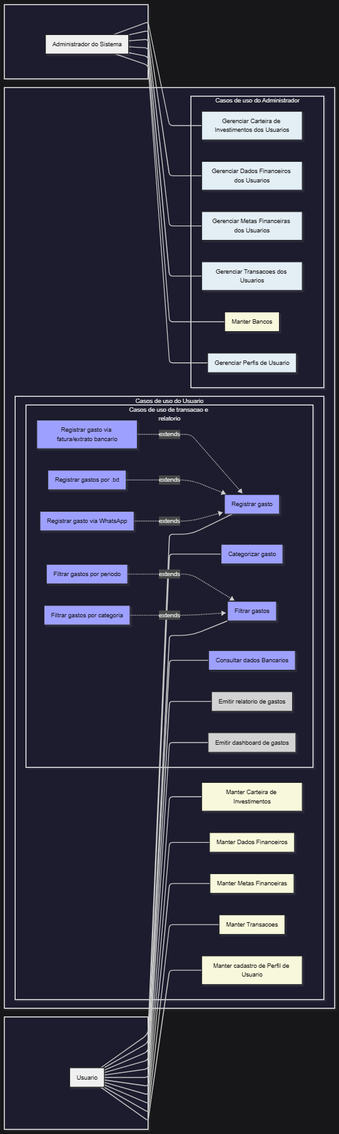
The Mermaid diagram documentation/images/casos-de-uso.png in BolsoDireitoTeam/BolsoDireito, before a commit. Its source is kept beside it as documentation/casos-de-uso.mmd.
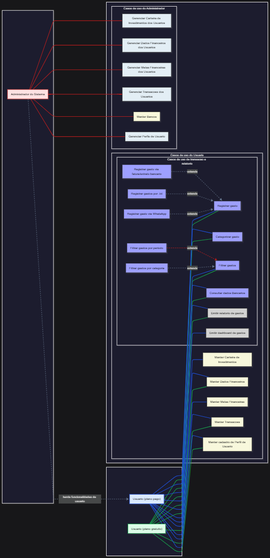
Later version of the same file.

Commit message:
docs: atualização das matrizes e do diagrama de casos de uso

Diff of the diagram source:
```diff
@@ -1,7 +1,8 @@
 flowchart LR
   subgraph LEFT[" "]
     direction TB
-    U["Usuario"]
+    UGF["Usuario (plano gratuito)"]
+    UPG["Usuario (plano pago)"]
   end
 
   subgraph SYS[" "]
@@ -47,11 +48,15 @@
     A["Administrador do Sistema"]
   end
 
-  U --- UCI
-  U --- UDF
-  U --- UMF
-  U --- UTR
-  U --- UPU
+  UGF --- UDF
+  UGF --- UTR
+  UGF --- UPU
+
+  UPG --- UCI
+  UPG --- UDF
+  UPG --- UMF
+  UPG --- UTR
+  UPG --- UPU
 
   A --- ACI
   A --- ADF
@@ -60,12 +65,20 @@
   A --- ABC
   A --- APU
 
-  U --- REGM
-  U --- CATG
-  U --- FILT
-  U --- RBC
-  U --- RPDF
-  U --- RDASH
+  UGF --- REGM
+  UGF --- CATG
+  UGF --- FILT
+  UGF --- RBC
+  UGF --- RPDF
+
+  UPG --- REGM
+  UPG --- CATG
+  UPG --- FILT
+  UPG --- RBC
+  UPG --- RPDF
+  UPG --- RDASH
+
+  A -.->|herda funcionalidades de usuario| UPG
 
   REGW -.->|extends| REGM
   REGT -.->|extends| REGM
@@ -74,15 +87,25 @@
   FILC -.->|extends| FILT
   FILP -.->|extends| FILT
 
-  classDef papeisUsuario fill:#f0f0f0,stroke:#222,stroke-width:2px,color:#111;
+  classDef usuarioGratuito fill:#dcfce7,stroke:#16a34a,stroke-width:2px,color:#111;
+  classDef usuarioPago fill:#dbeafe,stroke:#1d4ed8,stroke-width:2px,color:#111;
+  classDef admin fill:#fee2e2,stroke:#b91c1c,stroke-width:2px,color:#111;
   classDef crud fill:#f8f8dc,stroke:#222,stroke-width:1.5px,color:#111;
   classDef gerencia fill:#e3eef5,stroke:#222,stroke-width:1.5px,color:#111;
   classDef transacao fill:#9ea0ff,stroke:#222,stroke-width:1.5px,color:#111;
   classDef relatorio fill:#d3d3d3,stroke:#222,stroke-width:1.5px,color:#111;
   classDef invisivel fill:transparent,stroke:transparent,color:transparent;
 
-  class U,A papeisUsuario;
+  class UGF usuarioGratuito;
+  class UPG usuarioPago;
+  class A admin;
   class UCI,UDF,UMF,UTR,UPU,ABC crud;
   class APU,ACI,ADF,AMF,ATR gerencia;
   class RBC,REGM,REGW,REGT,CATG,FILT,FILC,FILP,REXT transacao;
   class RPDF,RDASH relatorio;
+
+  linkStyle 0,1,2,14,15,16,17,18 stroke:#16a34a,stroke-width:2.5px;
+  linkStyle 3,4,5,6,7,19,20,21,22,23,24 stroke:#1d4ed8,stroke-width:2.5px;
+  linkStyle 8,9,10,11,12,13 stroke:#b91c1c,stroke-width:2.5px;
+  linkStyle 25,26,27,28,29 stroke:#64748b,stroke-width:1.8px,stroke-dasharray:5 5;
+  linkStyle 30 stroke:#b91c1c,stroke-width:2px,stroke-dasharray:6 4;
```
